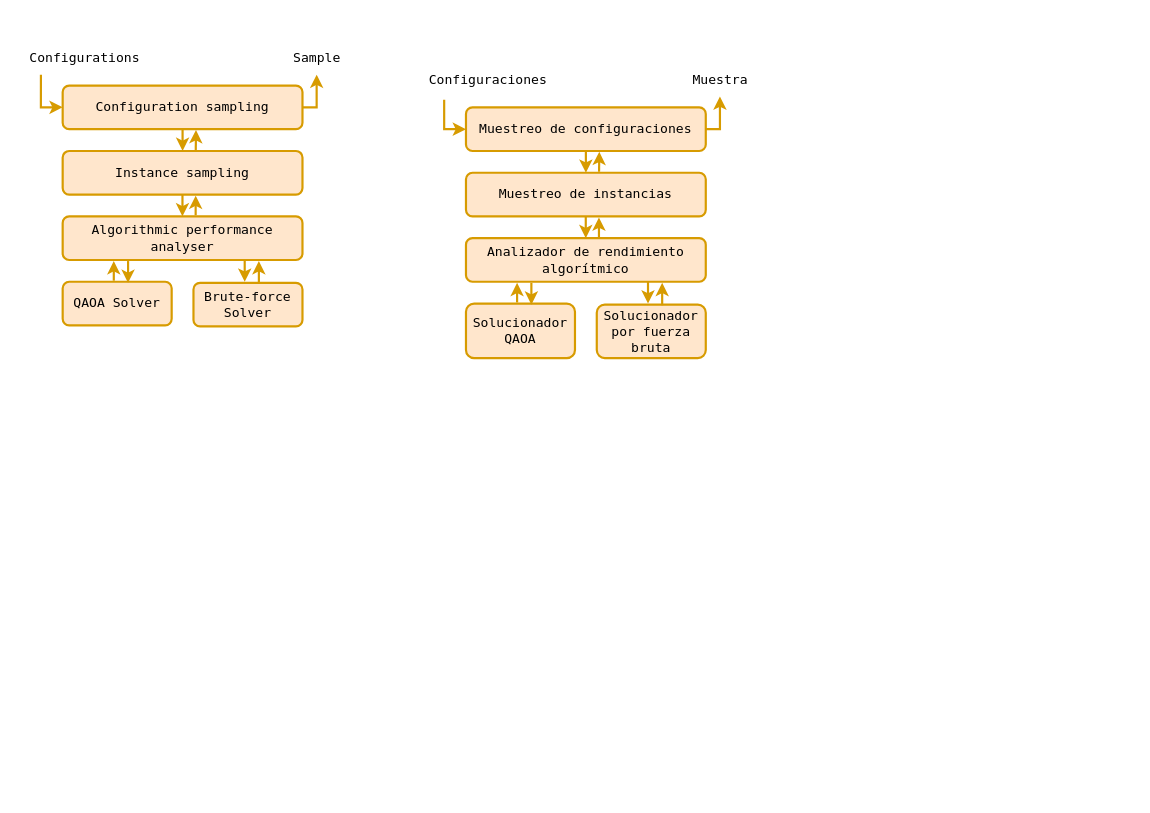
Earlier version of the draw.io diagram page "Página-14" (1 of 15) of experiment_testQAOASolver/design/experiment_design.drawio (AdrianoLusso/QuantumComputing_for_JobReassignmentProblem). Source tidied: cells renumbered, new cells numbered last; positions are measured from the earlier drawing's top-left corner, leaving out a move shared by most shapes. Both pictures are drawn from the tidied source at 109%, with x=0, y=0 at pixel (19, 41).
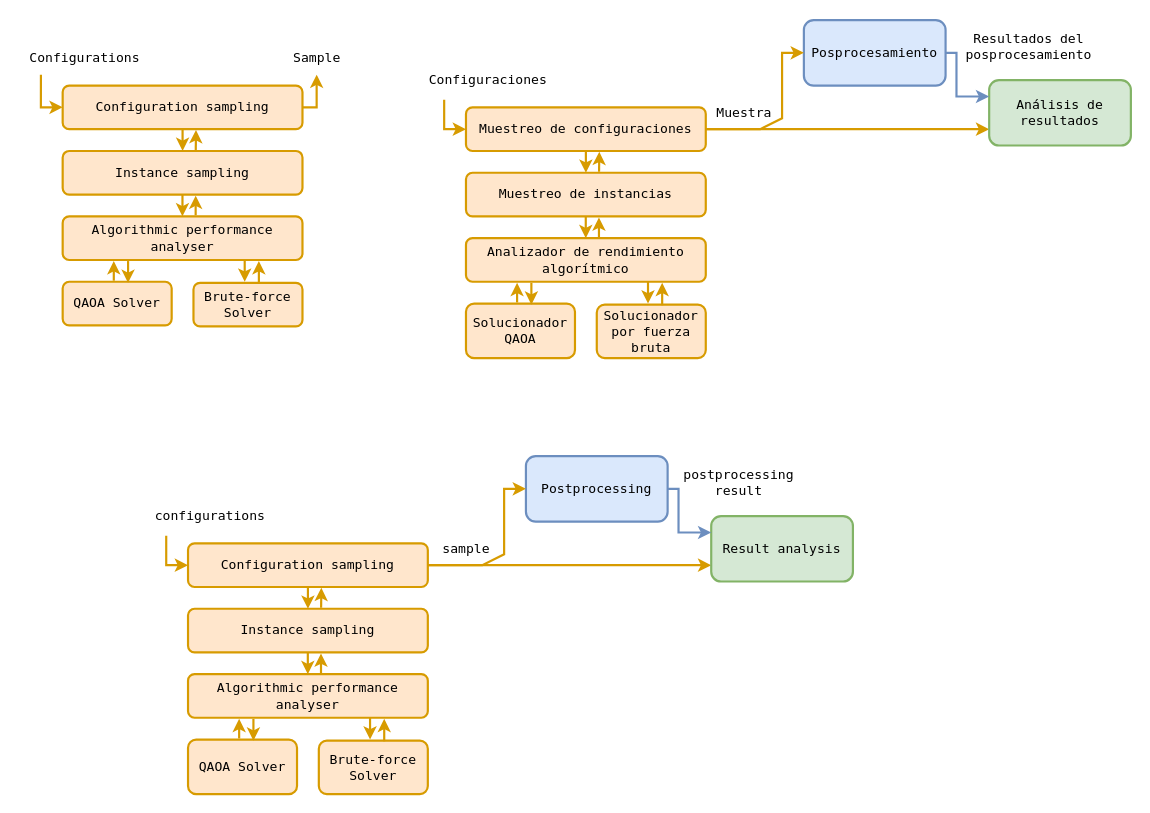
Above is the later version.

Unchanged cells that the change refers to:
```xml
<mxCell id="19" value="&lt;font face=&quot;Lucida Console&quot;&gt;Muestreo de configuraciones&lt;/font&gt;" style="rounded=1;whiteSpace=wrap;html=1;fillColor=#ffe6cc;strokeColor=#d79b00;strokeWidth=2;" parent="1" vertex="1">
  <mxGeometry x="410" y="60" width="220" height="40" as="geometry" />
</mxCell>
```

Diff of the diagram source:
```diff
@@
+    <mxCell id="35" style="endArrow=classic;html=1;rounded=0;exitX=1;exitY=0.5;exitDx=0;exitDy=0;strokeWidth=2;fillColor=#ffe6cc;strokeColor=#d79b00;entryX=0;entryY=0.75;entryDx=0;entryDy=0;" parent="1" edge="1" source="19" target="37">
+      <mxGeometry relative="1" as="geometry">
+        <Array as="points">
+          <mxPoint x="643" y="80" />
+        </Array>
+      </mxGeometry>
+    </mxCell>
     <mxCell id="34" value="&lt;font face=&quot;Lucida Console&quot;&gt;Muestra&lt;/font&gt;" style="text;html=1;align=center;verticalAlign=middle;points=[];strokeColor=none;fillColor=none;" parent="1" vertex="1">
-      <mxGeometry x="608" y="20" width="70" height="30" as="geometry" />
+      <mxGeometry x="630" y="50" width="70" height="30" as="geometry" />
     </mxCell>
-    <mxCell id="35" style="endArrow=classic;html=1;rounded=0;exitX=1;exitY=0.5;exitDx=0;exitDy=0;strokeWidth=2;fillColor=#ffe6cc;strokeColor=#d79b00;" parent="1" edge="1" source="19" target="34">
-      <mxGeometry relative="1" as="geometry">
-        <Array as="points">
-          <mxPoint x="643" y="80" />
-        </Array>
-      </mxGeometry>
-    </mxCell>
+    <mxCell id="36" value="&lt;font face=&quot;Lucida Console&quot;&gt;Posprocesamiento&lt;/font&gt;" style="rounded=1;whiteSpace=wrap;html=1;fillColor=#dae8fc;strokeColor=#6c8ebf;strokeWidth=2;" parent="1" vertex="1">
+      <mxGeometry x="720" y="-20" width="130" height="60" as="geometry" />
+    </mxCell>
+    <mxCell id="37" value="&lt;font face=&quot;Lucida Console&quot;&gt;Análisis de&lt;/font&gt;&lt;div&gt;&lt;font face=&quot;Lucida Console&quot;&gt;resultados&lt;/font&gt;&lt;/div&gt;" style="rounded=1;whiteSpace=wrap;html=1;fillColor=#d5e8d4;strokeColor=#82b366;strokeWidth=2;" parent="1" vertex="1">
+      <mxGeometry x="890" y="35" width="130" height="60" as="geometry" />
+    </mxCell>
+    <mxCell id="38" style="endArrow=classic;html=1;rounded=0;exitX=1;exitY=0.5;exitDx=0;exitDy=0;strokeWidth=2;fillColor=#ffe6cc;strokeColor=#d79b00;entryX=0;entryY=0.5;entryDx=0;entryDy=0;" parent="1" edge="1" source="19" target="36">
+      <mxGeometry relative="1" as="geometry">
+        <Array as="points">
+          <mxPoint x="680" y="80" />
+          <mxPoint x="700" y="70" />
+          <mxPoint x="700" y="10" />
+        </Array>
+      </mxGeometry>
+    </mxCell>
+    <mxCell id="39" style="endArrow=classic;html=1;rounded=0;exitX=1;exitY=0.5;exitDx=0;exitDy=0;strokeWidth=2;fillColor=#dae8fc;strokeColor=#6c8ebf;entryX=0;entryY=0.25;entryDx=0;entryDy=0;" parent="1" edge="1" source="36" target="37">
+      <mxGeometry relative="1" as="geometry">
+        <Array as="points">
+          <mxPoint x="860" y="10" />
+          <mxPoint x="860" y="50" />
+        </Array>
+      </mxGeometry>
+    </mxCell>
+    <mxCell id="40" value="&lt;font face=&quot;Lucida Console&quot;&gt;Resultados del&lt;/font&gt;&lt;div&gt;&lt;font face=&quot;Lucida Console&quot;&gt;posprocesamiento&lt;/font&gt;&lt;/div&gt;" style="text;html=1;align=center;verticalAlign=middle;strokeColor=none;fillColor=none;" parent="1" vertex="1">
+      <mxGeometry x="856" y="-16" width="140" height="40" as="geometry" />
+    </mxCell>
+    <mxCell id="41" value="&lt;span style=&quot;font-family: &amp;quot;Lucida Console&amp;quot;;&quot;&gt;Configuration sampling&lt;/span&gt;" style="rounded=1;whiteSpace=wrap;html=1;fillColor=#ffe6cc;strokeColor=#d79b00;strokeWidth=2;" parent="1" vertex="1">
+      <mxGeometry x="155" y="460" width="220" height="40" as="geometry" />
+    </mxCell>
+    <mxCell id="42" value="&lt;span style=&quot;font-family: &amp;quot;Lucida Console&amp;quot;;&quot;&gt;Instance sampling&lt;/span&gt;" style="rounded=1;whiteSpace=wrap;html=1;fillColor=#ffe6cc;strokeColor=#d79b00;strokeWidth=2;" parent="1" vertex="1">
+      <mxGeometry x="155" y="520" width="220" height="40" as="geometry" />
+    </mxCell>
+    <mxCell id="43" value="&lt;div&gt;&lt;font face=&quot;Lucida Console&quot;&gt;Algorithmic performance&lt;/font&gt;&lt;/div&gt;&lt;div&gt;&lt;font face=&quot;Lucida Console&quot;&gt;analyser&lt;/font&gt;&lt;/div&gt;" style="rounded=1;whiteSpace=wrap;html=1;fillColor=#ffe6cc;strokeColor=#d79b00;strokeWidth=2;" parent="1" vertex="1">
+      <mxGeometry x="155" y="580" width="220" height="40" as="geometry" />
+    </mxCell>
+    <mxCell id="44" value="&lt;span style=&quot;font-family: &amp;quot;Lucida Console&amp;quot;;&quot;&gt;QAOA Solver&lt;/span&gt;" style="rounded=1;whiteSpace=wrap;html=1;fillColor=#ffe6cc;strokeColor=#d79b00;strokeWidth=2;" parent="1" vertex="1">
+      <mxGeometry x="155" y="640" width="100" height="50" as="geometry" />
+    </mxCell>
+    <mxCell id="45" value="&lt;div&gt;&lt;font face=&quot;Lucida Console&quot;&gt;Brute-force&lt;/font&gt;&lt;/div&gt;&lt;div&gt;&lt;font face=&quot;Lucida Console&quot;&gt;Solver&lt;/font&gt;&lt;/div&gt;" style="rounded=1;whiteSpace=wrap;html=1;fillColor=#ffe6cc;strokeColor=#d79b00;strokeWidth=2;" parent="1" vertex="1">
+      <mxGeometry x="275" y="641" width="100" height="49" as="geometry" />
+    </mxCell>
+    <mxCell id="46" style="endArrow=classic;html=1;rounded=0;fillColor=#ffe6cc;strokeColor=#d79b00;strokeWidth=2;" parent="1" edge="1" source="41" target="42">
+      <mxGeometry relative="1" as="geometry" />
+    </mxCell>
+    <mxCell id="47" style="endArrow=classic;html=1;rounded=0;exitX=0.555;exitY=-0.023;exitDx=0;exitDy=0;exitPerimeter=0;entryX=0.556;entryY=1.019;entryDx=0;entryDy=0;entryPerimeter=0;strokeWidth=2;fillColor=#ffe6cc;strokeColor=#d79b00;" parent="1" edge="1" source="42" target="41">
+      <mxGeometry relative="1" as="geometry" />
+    </mxCell>
+    <mxCell id="48" style="endArrow=classic;html=1;rounded=0;exitX=0.555;exitY=-0.023;exitDx=0;exitDy=0;exitPerimeter=0;entryX=0.556;entryY=1.019;entryDx=0;entryDy=0;entryPerimeter=0;strokeWidth=2;fillColor=#ffe6cc;strokeColor=#d79b00;" parent="1" edge="1">
+      <mxGeometry relative="1" as="geometry">
+        <mxPoint x="277" y="579" as="sourcePoint" />
+        <mxPoint x="277" y="561" as="targetPoint" />
+      </mxGeometry>
+    </mxCell>
+    <mxCell id="49" style="endArrow=classic;html=1;rounded=0;fillColor=#ffe6cc;strokeColor=#d79b00;strokeWidth=2;" parent="1" edge="1">
+      <mxGeometry relative="1" as="geometry">
+        <mxPoint x="264.9" y="560" as="sourcePoint" />
+        <mxPoint x="264.9" y="580" as="targetPoint" />
+      </mxGeometry>
+    </mxCell>
+    <mxCell id="50" style="endArrow=classic;html=1;rounded=0;exitX=0.6;exitY=-0.011;exitDx=0;exitDy=0;exitPerimeter=0;entryX=0.556;entryY=1.019;entryDx=0;entryDy=0;entryPerimeter=0;strokeWidth=2;fillColor=#ffe6cc;strokeColor=#d79b00;" parent="1" edge="1">
+      <mxGeometry relative="1" as="geometry">
+        <mxPoint x="335" y="641.6" as="sourcePoint" />
+        <mxPoint x="335" y="621" as="targetPoint" />
+      </mxGeometry>
+    </mxCell>
+    <mxCell id="51" style="endArrow=classic;html=1;rounded=0;fillColor=#ffe6cc;strokeColor=#d79b00;strokeWidth=2;" parent="1" edge="1">
+      <mxGeometry relative="1" as="geometry">
+        <mxPoint x="322" y="620" as="sourcePoint" />
+        <mxPoint x="322" y="640" as="targetPoint" />
+      </mxGeometry>
+    </mxCell>
+    <mxCell id="52" style="endArrow=classic;html=1;rounded=0;exitX=0.555;exitY=-0.023;exitDx=0;exitDy=0;exitPerimeter=0;entryX=0.556;entryY=1.019;entryDx=0;entryDy=0;entryPerimeter=0;strokeWidth=2;fillColor=#ffe6cc;strokeColor=#d79b00;" parent="1" edge="1">
+      <mxGeometry relative="1" as="geometry">
+        <mxPoint x="201.9" y="639" as="sourcePoint" />
+        <mxPoint x="201.9" y="621" as="targetPoint" />
+      </mxGeometry>
+    </mxCell>
+    <mxCell id="53" style="endArrow=classic;html=1;rounded=0;fillColor=#ffe6cc;strokeColor=#d79b00;strokeWidth=2;" parent="1" edge="1">
+      <mxGeometry relative="1" as="geometry">
+        <mxPoint x="215" y="621" as="sourcePoint" />
+        <mxPoint x="215" y="641" as="targetPoint" />
+      </mxGeometry>
+    </mxCell>
+    <mxCell id="54" style="endArrow=classic;html=1;rounded=0;entryX=0;entryY=0.5;entryDx=0;entryDy=0;fillColor=#ffe6cc;strokeColor=#d79b00;strokeWidth=2;" parent="1" edge="1" target="41">
+      <mxGeometry relative="1" as="geometry">
+        <mxPoint x="135" y="453" as="sourcePoint" />
+        <Array as="points">
+          <mxPoint x="135" y="480" />
+        </Array>
+      </mxGeometry>
+    </mxCell>
+    <mxCell id="55" value="&lt;span style=&quot;font-family: &amp;quot;Lucida Console&amp;quot;;&quot;&gt;configurations&lt;/span&gt;" style="text;html=1;align=center;verticalAlign=middle;strokeColor=none;fillColor=none;" parent="1" vertex="1">
+      <mxGeometry x="115" y="420" width="120" height="30" as="geometry" />
+    </mxCell>
+    <mxCell id="56" style="endArrow=classic;html=1;rounded=0;exitX=1;exitY=0.5;exitDx=0;exitDy=0;strokeWidth=2;fillColor=#ffe6cc;strokeColor=#d79b00;entryX=0;entryY=0.75;entryDx=0;entryDy=0;" parent="1" edge="1" source="41" target="59">
+      <mxGeometry relative="1" as="geometry">
+        <Array as="points">
+          <mxPoint x="388" y="480" />
+        </Array>
+      </mxGeometry>
+    </mxCell>
+    <mxCell id="57" value="&lt;span style=&quot;font-family: &amp;quot;Lucida Console&amp;quot;;&quot;&gt;sample&lt;/span&gt;" style="text;html=1;align=center;verticalAlign=middle;strokeColor=none;fillColor=none;" parent="1" vertex="1">
+      <mxGeometry x="375" y="450" width="70" height="30" as="geometry" />
+    </mxCell>
+    <mxCell id="58" value="&lt;font face=&quot;Lucida Console&quot;&gt;Postprocessing&lt;/font&gt;" style="rounded=1;whiteSpace=wrap;html=1;fillColor=#dae8fc;strokeColor=#6c8ebf;strokeWidth=2;" parent="1" vertex="1">
+      <mxGeometry x="465" y="380" width="130" height="60" as="geometry" />
+    </mxCell>
+    <mxCell id="59" value="&lt;font face=&quot;Lucida Console&quot;&gt;Result analysis&lt;/font&gt;" style="rounded=1;whiteSpace=wrap;html=1;fillColor=#d5e8d4;strokeColor=#82b366;strokeWidth=2;" parent="1" vertex="1">
+      <mxGeometry x="635" y="435" width="130" height="60" as="geometry" />
+    </mxCell>
+    <mxCell id="60" style="endArrow=classic;html=1;rounded=0;exitX=1;exitY=0.5;exitDx=0;exitDy=0;strokeWidth=2;fillColor=#ffe6cc;strokeColor=#d79b00;entryX=0;entryY=0.5;entryDx=0;entryDy=0;" parent="1" edge="1" source="41" target="58">
+      <mxGeometry relative="1" as="geometry">
+        <Array as="points">
+          <mxPoint x="425" y="480" />
+          <mxPoint x="445" y="470" />
+          <mxPoint x="445" y="410" />
+        </Array>
+      </mxGeometry>
+    </mxCell>
+    <mxCell id="61" style="endArrow=classic;html=1;rounded=0;exitX=1;exitY=0.5;exitDx=0;exitDy=0;strokeWidth=2;fillColor=#dae8fc;strokeColor=#6c8ebf;entryX=0;entryY=0.25;entryDx=0;entryDy=0;" parent="1" edge="1" source="58" target="59">
+      <mxGeometry relative="1" as="geometry">
+        <Array as="points">
+          <mxPoint x="605" y="410" />
+          <mxPoint x="605" y="450" />
+        </Array>
+      </mxGeometry>
+    </mxCell>
+    <mxCell id="62" value="&lt;font face=&quot;Lucida Console&quot;&gt;postprocessing&lt;/font&gt;&lt;div&gt;&lt;font face=&quot;Lucida Console&quot;&gt;result&lt;/font&gt;&lt;/div&gt;" style="text;html=1;align=center;verticalAlign=middle;strokeColor=none;fillColor=none;" parent="1" vertex="1">
+      <mxGeometry x="600" y="384" width="120" height="40" as="geometry" />
+    </mxCell>
```
